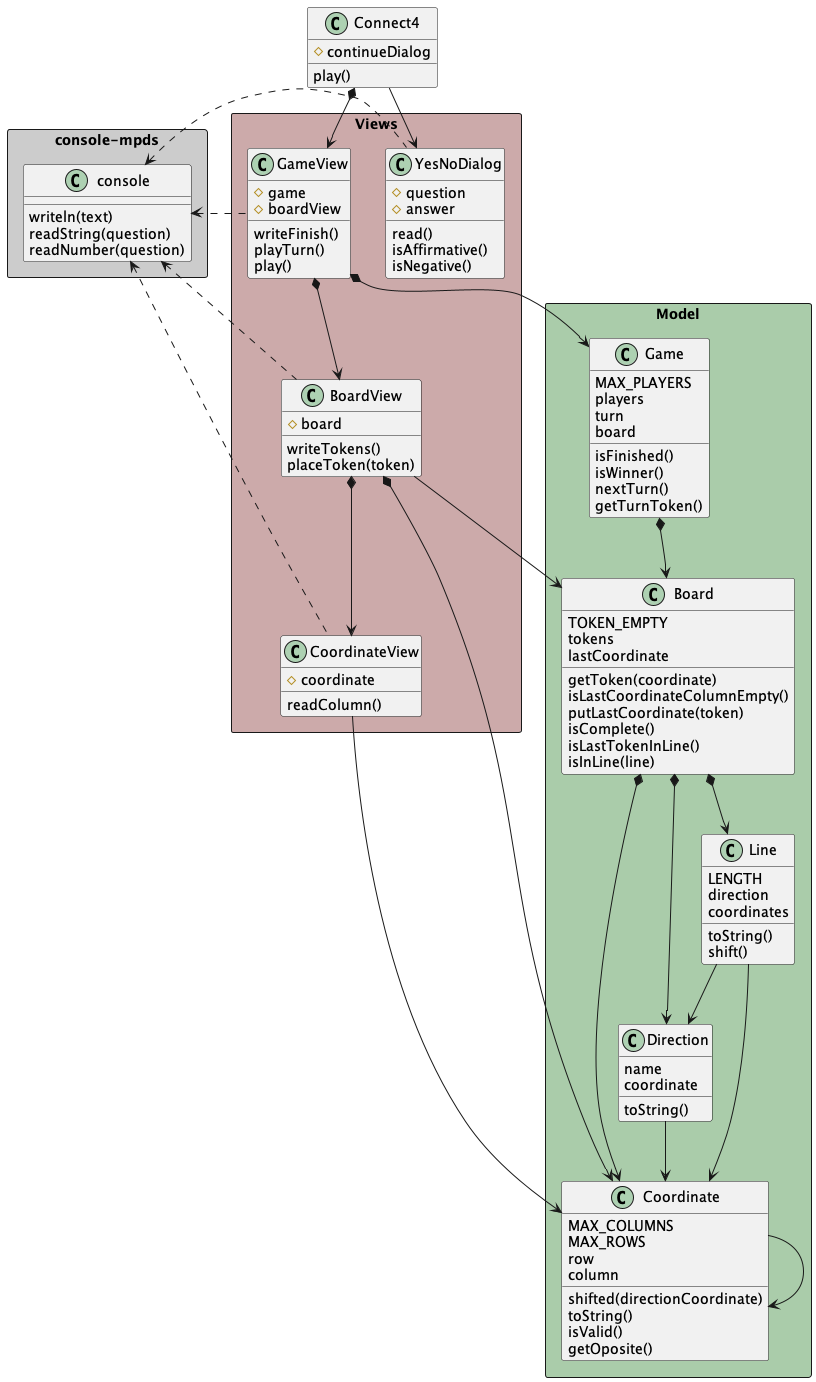
Earlier version of the PlantUML export game-connect4/docs/diagrams/objectOriented/constructorFunction/class diagram/connect4_constructorFunction_classdiagram.png (mpaulaherrero/escuelaIT).
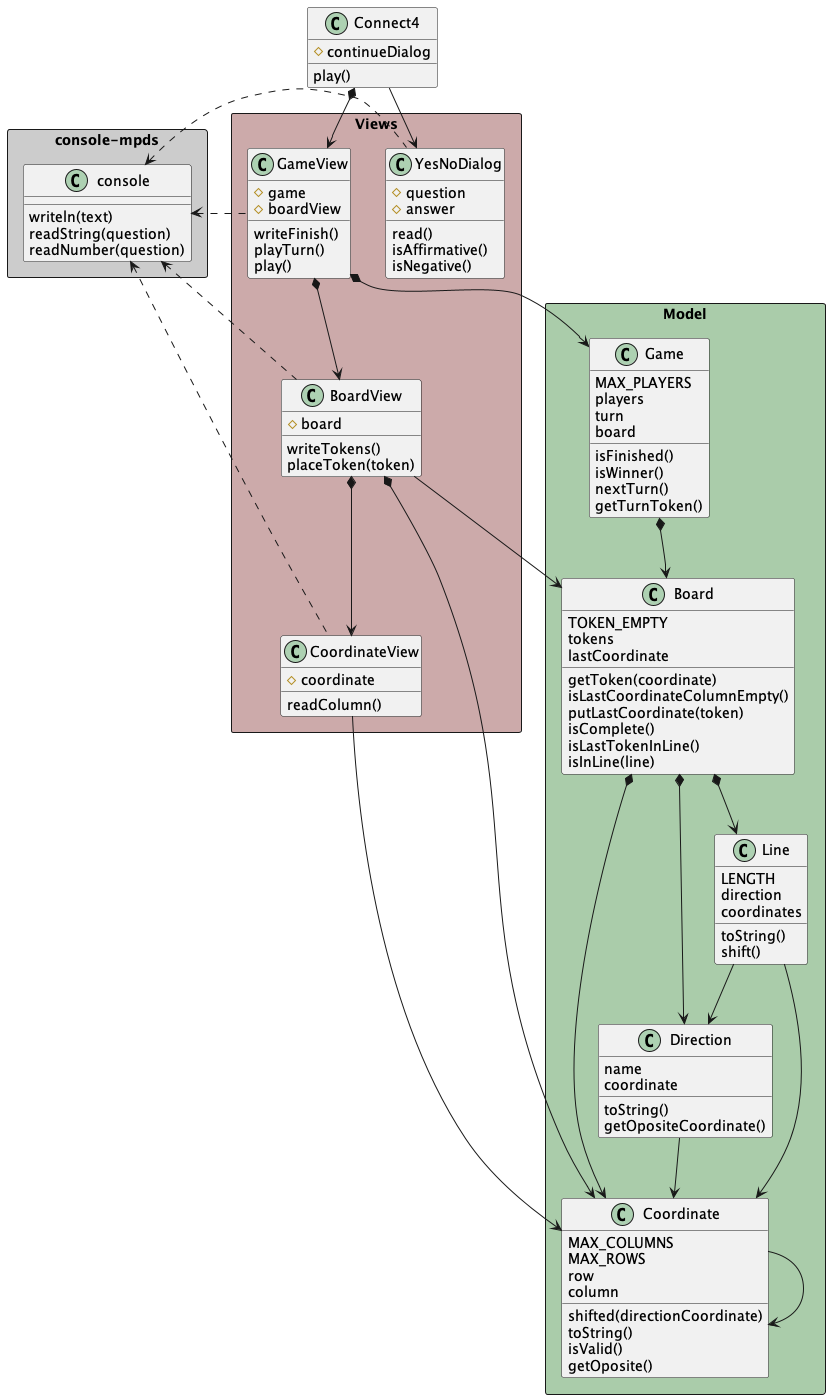
The same diagram one commit later.

Commit message:
agregar getOpositeCoordinate a Direction

The edit, as a diff of the source:
```diff
@@ -24,6 +24,7 @@
         name
         coordinate
         toString()
+        getOpositeCoordinate()
     }
 
     class Line {
```
